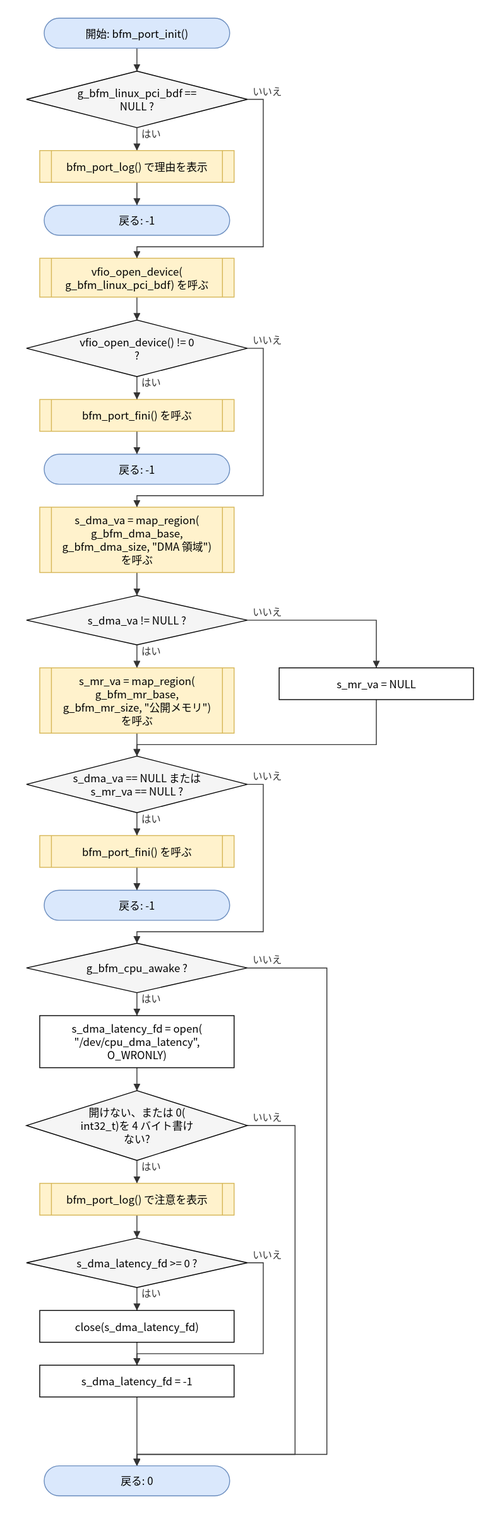
Earlier version of the draw.io export doc/spec/images/flow_port_linux_vfio_port_linux-bfm_port_init.drawio.svg (hf355051012-ai/bfmem). Source tidied: cells renumbered, new cells last; positions are measured from the earlier drawing's top-left corner, leaving out a move shared by most shapes.
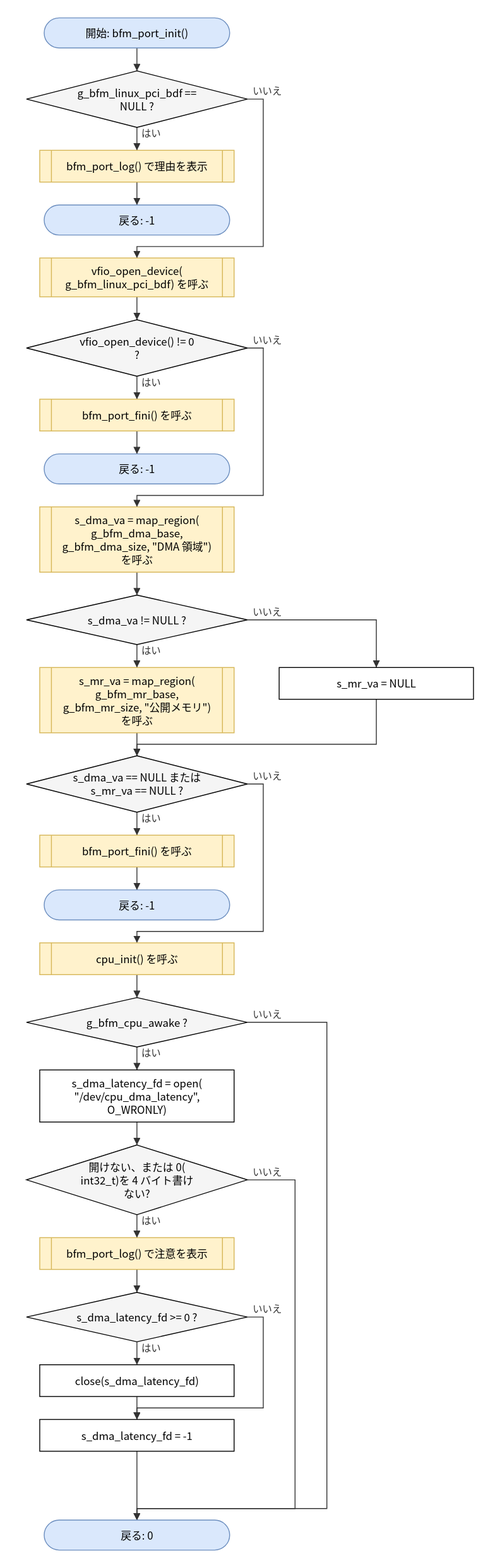
The same diagram one commit later.

What changed in the source:
```diff
@@ -47,30 +47,33 @@
     <mxCell id="16" value="戻る: -1" style="rounded=1;arcSize=50;whiteSpace=wrap;html=1;fillColor=#dae8fc;strokeColor=#6c8ebf;" parent="1" vertex="1">
       <mxGeometry x="20" y="988" width="210" height="34" as="geometry" />
     </mxCell>
-    <mxCell id="17" value="g_bfm_cpu_awake ?" style="rhombus;whiteSpace=wrap;html=1;fillColor=#f5f5f5;" parent="1" vertex="1">
-      <mxGeometry y="1048" width="250" height="56" as="geometry" />
+    <mxCell id="17" value="cpu_init() を呼ぶ" style="shape=process;whiteSpace=wrap;html=1;backgroundOutline=1;size=0.06;fillColor=#fff2cc;strokeColor=#d6b656;" parent="1" vertex="1">
+      <mxGeometry x="15" y="1048" width="220" height="36" as="geometry" />
     </mxCell>
-    <mxCell id="18" value="s_dma_latency_fd = open(&lt;br&gt;&amp;quot;/dev/cpu_dma_latency&amp;quot;,&lt;br&gt;O_WRONLY)" style="rounded=0;whiteSpace=wrap;html=1;" parent="1" vertex="1">
-      <mxGeometry x="15" y="1130" width="220" height="59" as="geometry" />
+    <mxCell id="18" value="g_bfm_cpu_awake ?" style="rhombus;whiteSpace=wrap;html=1;fillColor=#f5f5f5;" parent="1" vertex="1">
+      <mxGeometry y="1110" width="250" height="56" as="geometry" />
     </mxCell>
-    <mxCell id="19" value="開けない、または 0(&lt;br&gt;int32_t)を 4 バイト書け&lt;br&gt;ない?" style="rhombus;whiteSpace=wrap;html=1;fillColor=#f5f5f5;" parent="1" vertex="1">
-      <mxGeometry y="1215" width="250" height="79" as="geometry" />
+    <mxCell id="19" value="s_dma_latency_fd = open(&lt;br&gt;&amp;quot;/dev/cpu_dma_latency&amp;quot;,&lt;br&gt;O_WRONLY)" style="rounded=0;whiteSpace=wrap;html=1;" parent="1" vertex="1">
+      <mxGeometry x="15" y="1192" width="220" height="59" as="geometry" />
     </mxCell>
-    <mxCell id="20" value="bfm_port_log() で注意を表示" style="shape=process;whiteSpace=wrap;html=1;backgroundOutline=1;size=0.06;fillColor=#fff2cc;strokeColor=#d6b656;" parent="1" vertex="1">
-      <mxGeometry x="15" y="1320" width="220" height="36" as="geometry" />
+    <mxCell id="20" value="開けない、または 0(&lt;br&gt;int32_t)を 4 バイト書け&lt;br&gt;ない?" style="rhombus;whiteSpace=wrap;html=1;fillColor=#f5f5f5;" parent="1" vertex="1">
+      <mxGeometry y="1277" width="250" height="79" as="geometry" />
     </mxCell>
-    <mxCell id="21" value="s_dma_latency_fd &amp;gt;= 0 ?" style="rhombus;whiteSpace=wrap;html=1;fillColor=#f5f5f5;" parent="1" vertex="1">
-      <mxGeometry y="1382" width="250" height="56" as="geometry" />
+    <mxCell id="21" value="bfm_port_log() で注意を表示" style="shape=process;whiteSpace=wrap;html=1;backgroundOutline=1;size=0.06;fillColor=#fff2cc;strokeColor=#d6b656;" parent="1" vertex="1">
+      <mxGeometry x="15" y="1382" width="220" height="36" as="geometry" />
     </mxCell>
-    <mxCell id="22" value="close(s_dma_latency_fd)" style="rounded=0;whiteSpace=wrap;html=1;" parent="1" vertex="1">
-      <mxGeometry x="15" y="1464" width="220" height="36" as="geometry" />
+    <mxCell id="22" value="s_dma_latency_fd &amp;gt;= 0 ?" style="rhombus;whiteSpace=wrap;html=1;fillColor=#f5f5f5;" parent="1" vertex="1">
+      <mxGeometry y="1444" width="250" height="56" as="geometry" />
     </mxCell>
-    <mxCell id="23" value="s_dma_latency_fd = -1" style="rounded=0;whiteSpace=wrap;html=1;" parent="1" vertex="1">
+    <mxCell id="23" value="close(s_dma_latency_fd)" style="rounded=0;whiteSpace=wrap;html=1;" parent="1" vertex="1">
       <mxGeometry x="15" y="1526" width="220" height="36" as="geometry" />
     </mxCell>
-    <mxCell id="24" value="戻る: 0" style="rounded=1;arcSize=50;whiteSpace=wrap;html=1;fillColor=#dae8fc;strokeColor=#6c8ebf;" parent="1" vertex="1">
-      <mxGeometry x="20" y="1640" width="210" height="34" as="geometry" />
+    <mxCell id="24" value="s_dma_latency_fd = -1" style="rounded=0;whiteSpace=wrap;html=1;" parent="1" vertex="1">
+      <mxGeometry x="15" y="1588" width="220" height="36" as="geometry" />
     </mxCell>
+    <mxCell id="51" value="戻る: 0" style="rounded=1;arcSize=50;whiteSpace=wrap;html=1;fillColor=#dae8fc;strokeColor=#6c8ebf;" parent="1" vertex="1">
+      <mxGeometry x="20" y="1702" width="210" height="34" as="geometry" />
+    </mxCell>
     <mxCell id="25" style="edgeStyle=none;html=1;rounded=0;endArrow=block;endFill=1;exitX=0.5000;exitY=1.0000;exitDx=0;exitDy=0;exitPerimeter=0;entryX=0.5000;entryY=0.0000;entryDx=0;entryDy=0;entryPerimeter=0;" parent="1" edge="1" source="2" target="3">
       <mxGeometry relative="1" as="geometry" />
     </mxCell>
@@ -146,53 +149,56 @@
         </Array>
       </mxGeometry>
     </mxCell>
-    <mxCell id="41" value="はい" style="edgeStyle=none;html=1;rounded=0;endArrow=block;endFill=1;exitX=0.5000;exitY=1.0000;exitDx=0;exitDy=0;exitPerimeter=0;entryX=0.5000;entryY=0.0000;entryDx=0;entryDy=0;entryPerimeter=0;" parent="1" edge="1" source="17" target="18">
+    <mxCell id="41" style="edgeStyle=none;html=1;rounded=0;endArrow=block;endFill=1;exitX=0.5000;exitY=1.0000;exitDx=0;exitDy=0;exitPerimeter=0;entryX=0.5000;entryY=0.0000;entryDx=0;entryDy=0;entryPerimeter=0;" parent="1" edge="1" source="17" target="18">
       <mxGeometry relative="1" as="geometry" />
     </mxCell>
-    <mxCell id="42" style="edgeStyle=none;html=1;rounded=0;endArrow=block;endFill=1;exitX=0.5000;exitY=1.0000;exitDx=0;exitDy=0;exitPerimeter=0;entryX=0.5000;entryY=0.0000;entryDx=0;entryDy=0;entryPerimeter=0;" parent="1" edge="1" source="18" target="19">
+    <mxCell id="42" value="はい" style="edgeStyle=none;html=1;rounded=0;endArrow=block;endFill=1;exitX=0.5000;exitY=1.0000;exitDx=0;exitDy=0;exitPerimeter=0;entryX=0.5000;entryY=0.0000;entryDx=0;entryDy=0;entryPerimeter=0;" parent="1" edge="1" source="18" target="19">
       <mxGeometry relative="1" as="geometry" />
     </mxCell>
-    <mxCell id="43" value="はい" style="edgeStyle=none;html=1;rounded=0;endArrow=block;endFill=1;exitX=0.5000;exitY=1.0000;exitDx=0;exitDy=0;exitPerimeter=0;entryX=0.5000;entryY=0.0000;entryDx=0;entryDy=0;entryPerimeter=0;" parent="1" edge="1" source="19" target="20">
+    <mxCell id="43" style="edgeStyle=none;html=1;rounded=0;endArrow=block;endFill=1;exitX=0.5000;exitY=1.0000;exitDx=0;exitDy=0;exitPerimeter=0;entryX=0.5000;entryY=0.0000;entryDx=0;entryDy=0;entryPerimeter=0;" parent="1" edge="1" source="19" target="20">
       <mxGeometry relative="1" as="geometry" />
     </mxCell>
-    <mxCell id="44" style="edgeStyle=none;html=1;rounded=0;endArrow=block;endFill=1;exitX=0.5000;exitY=1.0000;exitDx=0;exitDy=0;exitPerimeter=0;entryX=0.5000;entryY=0.0000;entryDx=0;entryDy=0;entryPerimeter=0;" parent="1" edge="1" source="20" target="21">
+    <mxCell id="44" value="はい" style="edgeStyle=none;html=1;rounded=0;endArrow=block;endFill=1;exitX=0.5000;exitY=1.0000;exitDx=0;exitDy=0;exitPerimeter=0;entryX=0.5000;entryY=0.0000;entryDx=0;entryDy=0;entryPerimeter=0;" parent="1" edge="1" source="20" target="21">
       <mxGeometry relative="1" as="geometry" />
     </mxCell>
-    <mxCell id="45" value="はい" style="edgeStyle=none;html=1;rounded=0;endArrow=block;endFill=1;exitX=0.5000;exitY=1.0000;exitDx=0;exitDy=0;exitPerimeter=0;entryX=0.5000;entryY=0.0000;entryDx=0;entryDy=0;entryPerimeter=0;" parent="1" edge="1" source="21" target="22">
+    <mxCell id="45" style="edgeStyle=none;html=1;rounded=0;endArrow=block;endFill=1;exitX=0.5000;exitY=1.0000;exitDx=0;exitDy=0;exitPerimeter=0;entryX=0.5000;entryY=0.0000;entryDx=0;entryDy=0;entryPerimeter=0;" parent="1" edge="1" source="21" target="22">
       <mxGeometry relative="1" as="geometry" />
     </mxCell>
-    <mxCell id="46" style="edgeStyle=none;html=1;rounded=0;endArrow=block;endFill=1;exitX=0.5000;exitY=1.0000;exitDx=0;exitDy=0;exitPerimeter=0;entryX=0.5000;entryY=0.0000;entryDx=0;entryDy=0;entryPerimeter=0;" parent="1" edge="1" source="22" target="23">
+    <mxCell id="46" value="はい" style="edgeStyle=none;html=1;rounded=0;endArrow=block;endFill=1;exitX=0.5000;exitY=1.0000;exitDx=0;exitDy=0;exitPerimeter=0;entryX=0.5000;entryY=0.0000;entryDx=0;entryDy=0;entryPerimeter=0;" parent="1" edge="1" source="22" target="23">
       <mxGeometry relative="1" as="geometry" />
     </mxCell>
-    <mxCell id="47" value="いいえ" style="edgeStyle=none;html=1;rounded=0;endArrow=block;endFill=1;exitX=1.0000;exitY=0.5000;exitDx=0;exitDy=0;exitPerimeter=0;entryX=0.5000;entryY=0.0000;entryDx=0;entryDy=0;entryPerimeter=0;" parent="1" edge="1" source="21" target="23">
-      <mxGeometry relative="1" as="geometry">
-        <Array as="points">
-          <mxPoint x="268" y="1410" />
-          <mxPoint x="268" y="1513" />
-          <mxPoint x="125" y="1513" />
-        </Array>
-      </mxGeometry>
+    <mxCell id="47" style="edgeStyle=none;html=1;rounded=0;endArrow=block;endFill=1;exitX=0.5000;exitY=1.0000;exitDx=0;exitDy=0;exitPerimeter=0;entryX=0.5000;entryY=0.0000;entryDx=0;entryDy=0;entryPerimeter=0;" parent="1" edge="1" source="23" target="24">
+      <mxGeometry relative="1" as="geometry" />
     </mxCell>
-    <mxCell id="48" style="edgeStyle=none;html=1;rounded=0;endArrow=block;endFill=1;exitX=0.5000;exitY=1.0000;exitDx=0;exitDy=0;exitPerimeter=0;entryX=0.5000;entryY=0.0000;entryDx=0;entryDy=0;entryPerimeter=0;" parent="1" edge="1" source="23" target="24">
-      <mxGeometry relative="1" as="geometry" />
+    <mxCell id="48" value="いいえ" style="edgeStyle=none;html=1;rounded=0;endArrow=block;endFill=1;exitX=1.0000;exitY=0.5000;exitDx=0;exitDy=0;exitPerimeter=0;entryX=0.5000;entryY=0.0000;entryDx=0;entryDy=0;entryPerimeter=0;" parent="1" edge="1" source="22" target="24">
+      <mxGeometry relative="1" as="geometry">
+        <Array as="points">
+          <mxPoint x="268" y="1472" />
+          <mxPoint x="268" y="1575" />
+          <mxPoint x="125" y="1575" />
+        </Array>
+      </mxGeometry>
     </mxCell>
-    <mxCell id="49" value="いいえ" style="edgeStyle=none;html=1;rounded=0;endArrow=block;endFill=1;exitX=1.0000;exitY=0.5000;exitDx=0;exitDy=0;exitPerimeter=0;entryX=0.5000;entryY=0.0000;entryDx=0;entryDy=0;entryPerimeter=0;" parent="1" edge="1" source="19" target="24">
-      <mxGeometry relative="1" as="geometry">
-        <Array as="points">
-          <mxPoint x="304" y="1254.5" />
-          <mxPoint x="304" y="1627" />
-          <mxPoint x="125" y="1627" />
-        </Array>
-      </mxGeometry>
+    <mxCell id="49" style="edgeStyle=none;html=1;rounded=0;endArrow=block;endFill=1;exitX=0.5000;exitY=1.0000;exitDx=0;exitDy=0;exitPerimeter=0;entryX=0.5000;entryY=0.0000;entryDx=0;entryDy=0;entryPerimeter=0;" parent="1" edge="1" source="24" target="51">
+      <mxGeometry relative="1" as="geometry" />
     </mxCell>
-    <mxCell id="50" value="いいえ" style="edgeStyle=none;html=1;rounded=0;endArrow=block;endFill=1;exitX=1.0000;exitY=0.5000;exitDx=0;exitDy=0;exitPerimeter=0;entryX=0.5000;entryY=0.0000;entryDx=0;entryDy=0;entryPerimeter=0;" parent="1" edge="1" source="17" target="24">
+    <mxCell id="50" value="いいえ" style="edgeStyle=none;html=1;rounded=0;endArrow=block;endFill=1;exitX=1.0000;exitY=0.5000;exitDx=0;exitDy=0;exitPerimeter=0;entryX=0.5000;entryY=0.0000;entryDx=0;entryDy=0;entryPerimeter=0;" parent="1" edge="1" source="20" target="51">
       <mxGeometry relative="1" as="geometry">
         <Array as="points">
-          <mxPoint x="340" y="1076" />
-          <mxPoint x="340" y="1627" />
-          <mxPoint x="125" y="1627" />
+          <mxPoint x="304" y="1316.5" />
+          <mxPoint x="304" y="1689" />
+          <mxPoint x="125" y="1689" />
         </Array>
       </mxGeometry>
     </mxCell>
+    <mxCell id="52" value="いいえ" style="edgeStyle=none;html=1;rounded=0;endArrow=block;endFill=1;exitX=1.0000;exitY=0.5000;exitDx=0;exitDy=0;exitPerimeter=0;entryX=0.5000;entryY=0.0000;entryDx=0;entryDy=0;entryPerimeter=0;" parent="1" edge="1" source="18" target="51">
+      <mxGeometry relative="1" as="geometry">
+        <Array as="points">
+          <mxPoint x="340" y="1138" />
+          <mxPoint x="340" y="1689" />
+          <mxPoint x="125" y="1689" />
+        </Array>
+      </mxGeometry>
+    </mxCell>
   </root>
 </mxGraphModel>
```
